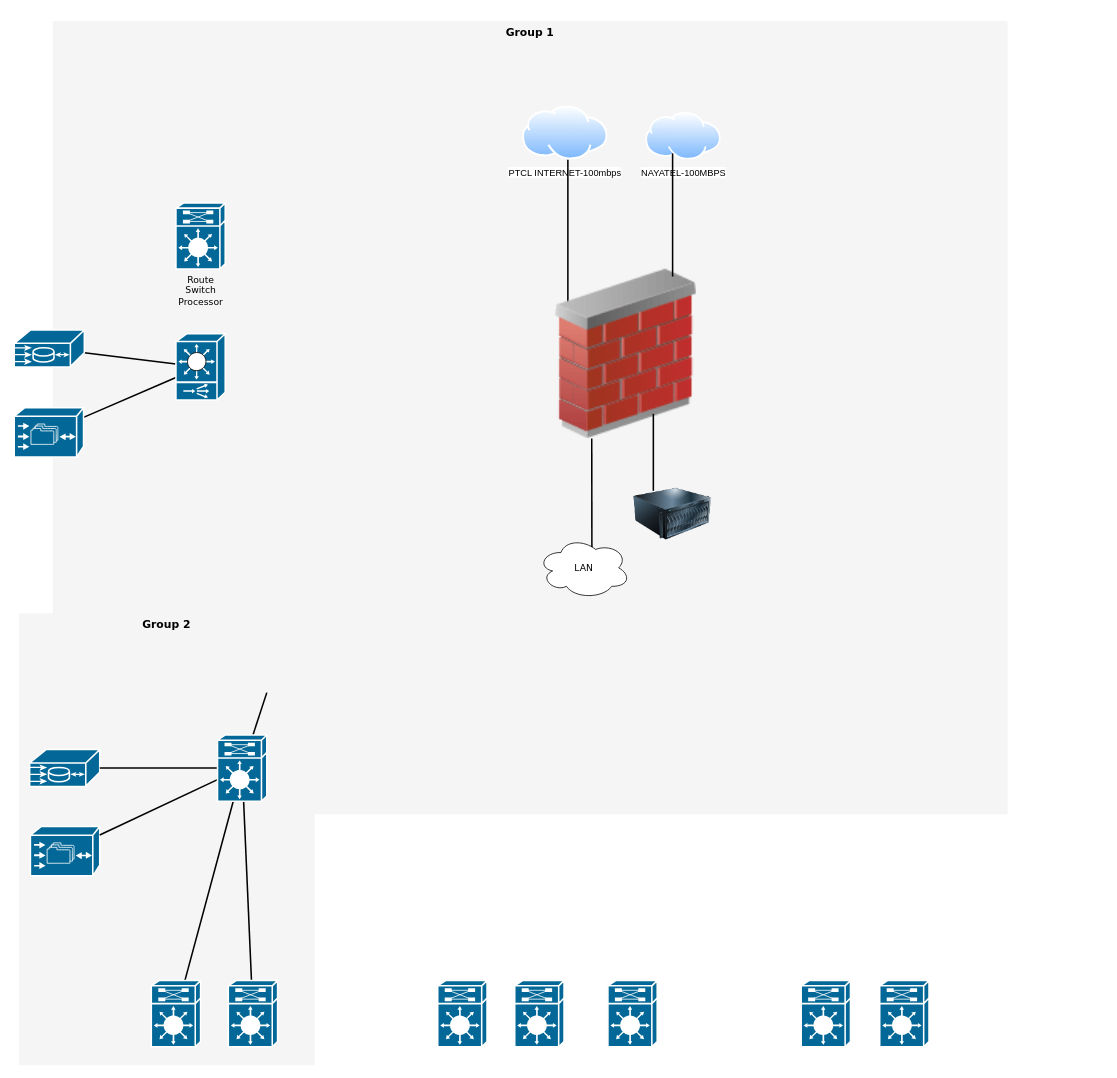
yousaf1982/Network-Diagrams keeps this draw.io diagram as Untitled Diagram.drawio. Above is the earlier version. Source tidied: cells renumbered, new cells numbered last; positions are measured from the earlier drawing's top-left corner, leaving out a move shared by most shapes. Both pictures are drawn from the tidied source at 77%, with x=0, y=0 at pixel (14, 21).
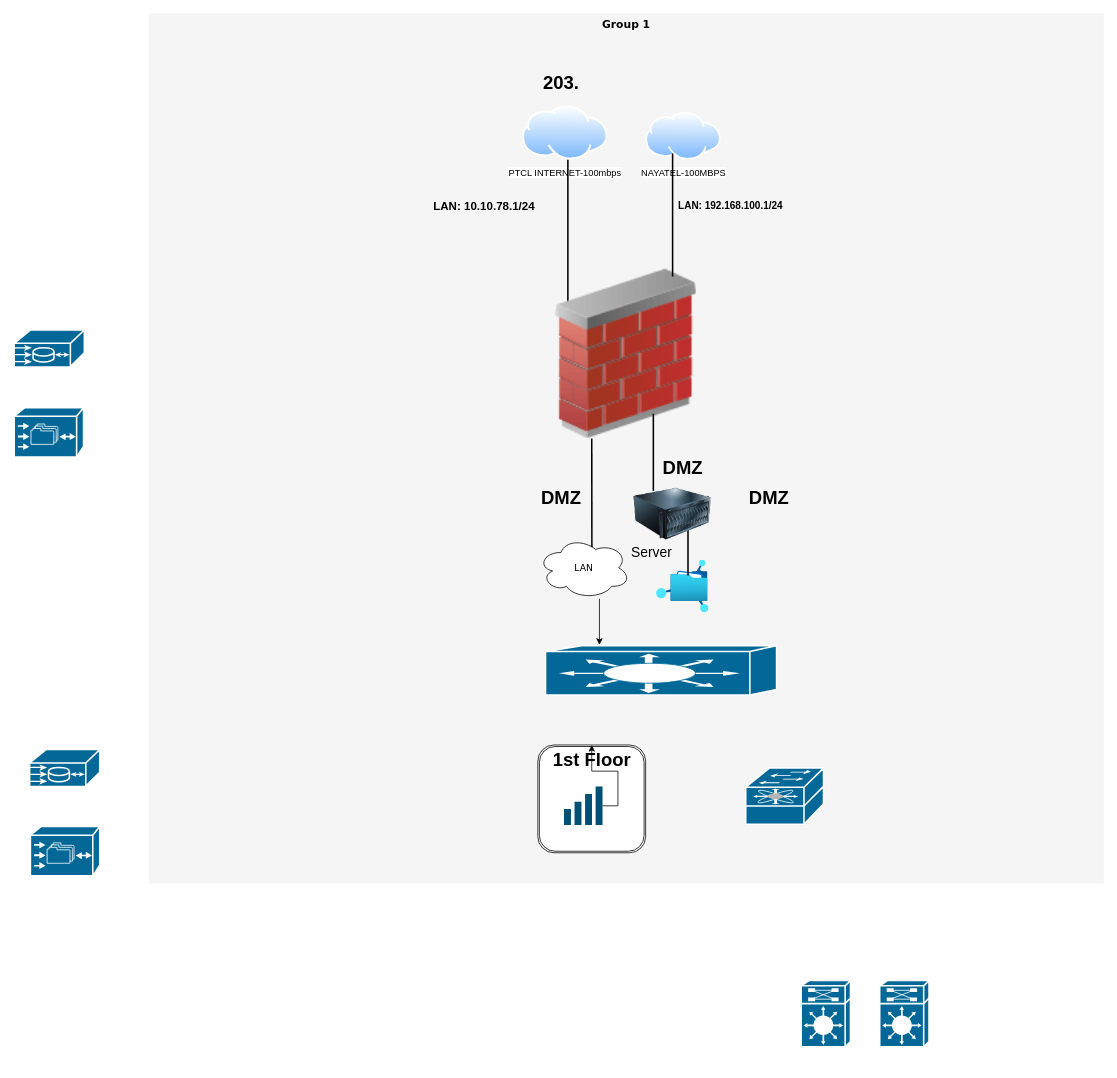
The same page after the edit.

Unchanged cells that the change refers to:
```xml
<mxCell id="8" style="shape=mxgraph.cisco.storage.cisco_file_engine;html=1;dashed=0;fillColor=#036897;strokeColor=#ffffff;strokeWidth=2;verticalLabelPosition=bottom;verticalAlign=top;rounded=0;shadow=0;comic=0;fontFamily=Verdana;fontSize=12;" parent="1" vertex="1">
  <mxGeometry y="502" width="90" height="64" as="geometry" />
</mxCell>
<mxCell id="9" style="shape=mxgraph.cisco.misc.me1100;html=1;dashed=0;fillColor=#036897;strokeColor=#ffffff;strokeWidth=2;verticalLabelPosition=bottom;verticalAlign=top;rounded=0;shadow=0;comic=0;fontFamily=Verdana;fontSize=12;" parent="1" vertex="1">
  <mxGeometry y="401" width="91" height="48" as="geometry" />
</mxCell>
<mxCell id="12" style="shape=mxgraph.cisco.misc.me1100;html=1;dashed=0;fillColor=#036897;strokeColor=#ffffff;strokeWidth=2;verticalLabelPosition=bottom;verticalAlign=top;rounded=0;shadow=0;comic=0;fontFamily=Verdana;fontSize=12;" parent="1" vertex="1">
  <mxGeometry x="20" y="946" width="91" height="48" as="geometry" />
</mxCell>
<mxCell id="13" style="shape=mxgraph.cisco.storage.cisco_file_engine;html=1;dashed=0;fillColor=#036897;strokeColor=#ffffff;strokeWidth=2;verticalLabelPosition=bottom;verticalAlign=top;rounded=0;shadow=0;comic=0;fontFamily=Verdana;fontSize=12;" parent="1" vertex="1">
  <mxGeometry x="21" y="1046" width="90" height="64" as="geometry" />
</mxCell>
```

Diff of the diagram source:
```diff
@@
+    <mxCell id="34" style="shape=ext;double=1;rounded=1;whiteSpace=wrap;html=1;" parent="1" vertex="1">
+      <mxGeometry x="771" y="560" width="370" height="220" as="geometry" />
+    </mxCell>
     <mxCell id="2" value="Group 1" style="whiteSpace=wrap;html=1;rounded=0;shadow=0;comic=0;strokeWidth=1;fontFamily=Verdana;fontSize=14;fillColor=#f5f5f5;strokeColor=none;verticalAlign=top;fontStyle=1;" parent="1" vertex="1">
-      <mxGeometry x="50" width="1240" height="1030" as="geometry" />
+      <mxGeometry x="175" y="-10" width="1240" height="1130" as="geometry" />
     </mxCell>
-    <mxCell id="3" value="Group 2" style="whiteSpace=wrap;html=1;rounded=0;shadow=0;comic=0;strokeWidth=1;fontFamily=Verdana;fontSize=14;fillColor=#f5f5f5;strokeColor=none;fontStyle=1;verticalAlign=top;" parent="1" vertex="1">
-      <mxGeometry x="6" y="769" width="384" height="587" as="geometry" />
-    </mxCell>
-    <mxCell id="4" value="Route&lt;div&gt;Switch&lt;/div&gt;&lt;div&gt;Processor&lt;/div&gt;" style="shape=mxgraph.cisco.misc.route_switch_processor;html=1;dashed=0;fillColor=#036897;strokeColor=#ffffff;strokeWidth=2;verticalLabelPosition=bottom;verticalAlign=top;rounded=0;shadow=0;comic=0;fontFamily=Verdana;fontSize=12;" parent="1" vertex="1">
-      <mxGeometry x="210" y="236" width="64" height="86" as="geometry" />
-    </mxCell>
-    <mxCell id="5" style="edgeStyle=none;html=1;labelBackgroundColor=none;startFill=0;endArrow=none;endFill=0;strokeWidth=2;fontFamily=Verdana;fontSize=12;" parent="1" edge="1" source="7" target="9">
-      <mxGeometry relative="1" as="geometry" />
-    </mxCell>
-    <mxCell id="6" style="edgeStyle=none;html=1;labelBackgroundColor=none;startFill=0;endArrow=none;endFill=0;strokeWidth=2;fontFamily=Verdana;fontSize=12;" parent="1" edge="1" source="7" target="8">
-      <mxGeometry relative="1" as="geometry" />
-    </mxCell>
-    <mxCell id="7" style="shape=mxgraph.cisco.switches.content_switch;html=1;dashed=0;fillColor=#036897;strokeColor=#ffffff;strokeWidth=2;verticalLabelPosition=bottom;verticalAlign=top;rounded=0;shadow=0;comic=0;fontFamily=Verdana;fontSize=12;" parent="1" vertex="1">
-      <mxGeometry x="210" y="406" width="64" height="86" as="geometry" />
-    </mxCell>
@@
-    <mxCell id="11" style="edgeStyle=none;html=1;labelBackgroundColor=none;startFill=0;endArrow=none;endFill=0;strokeWidth=2;fontFamily=Verdana;fontSize=12;" parent="1" edge="1" target="18">
-      <mxGeometry relative="1" as="geometry">
-        <mxPoint x="328" y="872" as="sourcePoint" />
-      </mxGeometry>
-    </mxCell>
@@
-    <mxCell id="14" style="edgeStyle=none;html=1;labelBackgroundColor=none;startFill=0;endArrow=none;endFill=0;strokeWidth=2;fontFamily=Verdana;fontSize=12;" parent="1" edge="1" source="18" target="12">
-      <mxGeometry relative="1" as="geometry" />
-    </mxCell>
-    <mxCell id="15" style="edgeStyle=none;html=1;labelBackgroundColor=none;startFill=0;endArrow=none;endFill=0;strokeWidth=2;fontFamily=Verdana;fontSize=12;" parent="1" edge="1" source="18" target="13">
-      <mxGeometry relative="1" as="geometry" />
-    </mxCell>
-    <mxCell id="16" style="edgeStyle=none;html=1;labelBackgroundColor=none;startFill=0;endArrow=none;endFill=0;strokeWidth=2;fontFamily=Verdana;fontSize=12;" parent="1" edge="1" source="18" target="20">
-      <mxGeometry relative="1" as="geometry" />
-    </mxCell>
-    <mxCell id="17" style="edgeStyle=none;html=1;labelBackgroundColor=none;startFill=0;endArrow=none;endFill=0;strokeWidth=2;fontFamily=Verdana;fontSize=12;" parent="1" edge="1" source="18" target="19">
-      <mxGeometry relative="1" as="geometry" />
-    </mxCell>
-    <mxCell id="18" style="shape=mxgraph.cisco.misc.route_switch_processor;html=1;dashed=0;fillColor=#036897;strokeColor=#ffffff;strokeWidth=2;verticalLabelPosition=bottom;verticalAlign=top;rounded=0;shadow=0;comic=0;fontFamily=Verdana;fontSize=12;" parent="1" vertex="1">
-      <mxGeometry x="264" y="927" width="64" height="86" as="geometry" />
-    </mxCell>
-    <mxCell id="19" style="shape=mxgraph.cisco.misc.route_switch_processor;html=1;dashed=0;fillColor=#036897;strokeColor=#ffffff;strokeWidth=2;verticalLabelPosition=bottom;verticalAlign=top;rounded=0;shadow=0;comic=0;fontFamily=Verdana;fontSize=12;" parent="1" vertex="1">
-      <mxGeometry x="178" y="1246" width="64" height="86" as="geometry" />
-    </mxCell>
-    <mxCell id="20" style="shape=mxgraph.cisco.misc.route_switch_processor;html=1;dashed=0;fillColor=#036897;strokeColor=#ffffff;strokeWidth=2;verticalLabelPosition=bottom;verticalAlign=top;rounded=0;shadow=0;comic=0;fontFamily=Verdana;fontSize=12;" parent="1" vertex="1">
-      <mxGeometry x="278" y="1246" width="64" height="86" as="geometry" />
-    </mxCell>
-    <mxCell id="21" style="shape=mxgraph.cisco.misc.route_switch_processor;html=1;dashed=0;fillColor=#036897;strokeColor=#ffffff;strokeWidth=2;verticalLabelPosition=bottom;verticalAlign=top;rounded=0;shadow=0;comic=0;fontFamily=Verdana;fontSize=12;" parent="1" vertex="1">
-      <mxGeometry x="550" y="1246" width="64" height="86" as="geometry" />
-    </mxCell>
-    <mxCell id="22" style="shape=mxgraph.cisco.misc.route_switch_processor;html=1;dashed=0;fillColor=#036897;strokeColor=#ffffff;strokeWidth=2;verticalLabelPosition=bottom;verticalAlign=top;rounded=0;shadow=0;comic=0;fontFamily=Verdana;fontSize=12;" parent="1" vertex="1">
-      <mxGeometry x="650" y="1246" width="64" height="86" as="geometry" />
-    </mxCell>
-    <mxCell id="23" style="shape=mxgraph.cisco.misc.route_switch_processor;html=1;dashed=0;fillColor=#036897;strokeColor=#ffffff;strokeWidth=2;verticalLabelPosition=bottom;verticalAlign=top;rounded=0;shadow=0;comic=0;fontFamily=Verdana;fontSize=12;" parent="1" vertex="1">
-      <mxGeometry x="771" y="1246" width="64" height="86" as="geometry" />
-    </mxCell>
@@
+    <mxCell id="33" style="line;strokeWidth=2;direction=south;html=1;" parent="1" vertex="1">
+      <mxGeometry x="825" y="510" width="10" height="100" as="geometry" />
+    </mxCell>
+    <mxCell id="35" value="&lt;font style=&quot;font-size: 18px;&quot;&gt;Server&amp;nbsp;&lt;/font&gt;" style="text;strokeColor=none;fillColor=none;html=1;fontSize=10;fontStyle=0;verticalAlign=middle;align=center;" parent="1" vertex="1">
+      <mxGeometry x="780" y="670" width="100" height="40" as="geometry" />
+    </mxCell>
+    <mxCell id="36" value="203." style="text;strokeColor=none;fillColor=none;html=1;fontSize=24;fontStyle=1;verticalAlign=middle;align=center;" parent="1" vertex="1">
+      <mxGeometry x="659.9" y="60" width="100" height="40" as="geometry" />
+    </mxCell>
+    <mxCell id="37" value="LAN: 10.10.78.1/24" style="text;strokeColor=none;fillColor=none;html=1;fontSize=15;fontStyle=1;verticalAlign=middle;align=center;" parent="1" vertex="1">
+      <mxGeometry x="559.9" y="220" width="100" height="40" as="geometry" />
+    </mxCell>
+    <mxCell id="38" value="LAN: 192.168.100.1/24" style="text;strokeColor=none;fillColor=none;html=1;fontSize=13;fontStyle=1;verticalAlign=middle;align=center;" parent="1" vertex="1">
+      <mxGeometry x="880" y="220" width="100" height="40" as="geometry" />
+    </mxCell>
+    <mxCell id="39" value="DMZ" style="text;strokeColor=none;fillColor=none;html=1;fontSize=24;fontStyle=1;verticalAlign=middle;align=center;" parent="1" vertex="1">
+      <mxGeometry x="930" y="600" width="100" height="40" as="geometry" />
+    </mxCell>
+    <mxCell id="40" value="DMZ" style="text;strokeColor=none;fillColor=none;html=1;fontSize=24;fontStyle=1;verticalAlign=middle;align=center;" parent="1" vertex="1">
+      <mxGeometry x="659.9" y="600" width="100" height="40" as="geometry" />
+    </mxCell>
+    <mxCell id="41" value="DMZ" style="text;strokeColor=none;fillColor=none;html=1;fontSize=24;fontStyle=1;verticalAlign=middle;align=center;" parent="1" vertex="1">
+      <mxGeometry x="818" y="560" width="100" height="40" as="geometry" />
+    </mxCell>
+    <mxCell id="42" style="shape=ext;double=1;rounded=1;whiteSpace=wrap;html=1;" parent="1" vertex="1">
+      <mxGeometry x="680" y="940" width="140" height="140" as="geometry" />
+    </mxCell>
+    <mxCell id="43" style="edgeStyle=orthogonalEdgeStyle;rounded=0;jettySize=auto;html=1;exitX=1;exitY=0.5;exitDx=0;exitDy=0;exitPerimeter=0;" parent="1" edge="1" source="44" target="42">
+      <mxGeometry relative="1" as="geometry" />
+    </mxCell>
+    <mxCell id="44" style="points=[[0,0.58,0],[0.09,0.58,0],[0.36,0.39,0],[0.64,0.195,0],[0.91,0,0],[1,0,0],[1,0.25,0],[1,0.5,0],[1,0.75,0],[1,1,0],[0,1,0],[0.09,1,0],[0.36,1,0],[0.64,1,0],[0.91,1,0],[0,0.79,0]];verticalLabelPosition=bottom;sketch=0;html=1;verticalAlign=top;align=center;shape=mxgraph.cisco19.wifi_indicator;fillColor=#005073;strokeColor=none;" parent="1" vertex="1">
+      <mxGeometry x="714" y="994" width="50" height="50" as="geometry" />
+    </mxCell>
+    <mxCell id="45" style="image;html=1;align=center;fontSize=12;image=img/lib/azure2/storage/Azure_Fileshare.svg;" parent="1" vertex="1">
+      <mxGeometry x="834" y="700" width="68" height="68" as="geometry" />
+    </mxCell>
+    <mxCell id="46" style="line;strokeWidth=2;direction=south;html=1;" parent="1" vertex="1">
+      <mxGeometry x="870" y="660" width="10" height="60" as="geometry" />
+    </mxCell>
@@
-    <mxCell id="33" style="line;strokeWidth=2;direction=south;html=1;" parent="1" vertex="1">
-      <mxGeometry x="825" y="510" width="10" height="100" as="geometry" />
-    </mxCell>
+    <mxCell id="47" style="endArrow=classic;html=1;rounded=0;" parent="1" edge="1">
+      <mxGeometry relative="1" as="geometry">
+        <mxPoint x="760" y="750" as="sourcePoint" />
+        <mxPoint x="760" y="810" as="targetPoint" />
+        <Array as="points">
+          <mxPoint x="760" y="750" />
+          <mxPoint x="760" y="810" />
+        </Array>
+      </mxGeometry>
+    </mxCell>
+    <mxCell id="48" value="1st Floor" style="text;strokeColor=none;fillColor=none;html=1;fontSize=24;fontStyle=1;verticalAlign=middle;align=center;" parent="1" vertex="1">
+      <mxGeometry x="700" y="940" width="100" height="40" as="geometry" />
+    </mxCell>
+    <mxCell id="49" style="shape=mxgraph.cisco.switches.fibre_channel_fabric_switch;sketch=0;html=1;dashed=0;fillColor=#036897;strokeColor=#ffffff;strokeWidth=2;verticalLabelPosition=bottom;verticalAlign=top;align=center;" parent="1" vertex="1">
+      <mxGeometry x="950" y="970" width="101" height="74" as="geometry" />
+    </mxCell>
+    <mxCell id="50" style="shape=mxgraph.cisco.switches.layer_3_switch;sketch=0;html=1;dashed=0;fillColor=#036897;strokeColor=#ffffff;strokeWidth=2;verticalLabelPosition=bottom;verticalAlign=top;align=center;" parent="1" vertex="1">
+      <mxGeometry x="690" y="811" width="300" height="64" as="geometry" />
+    </mxCell>
```
